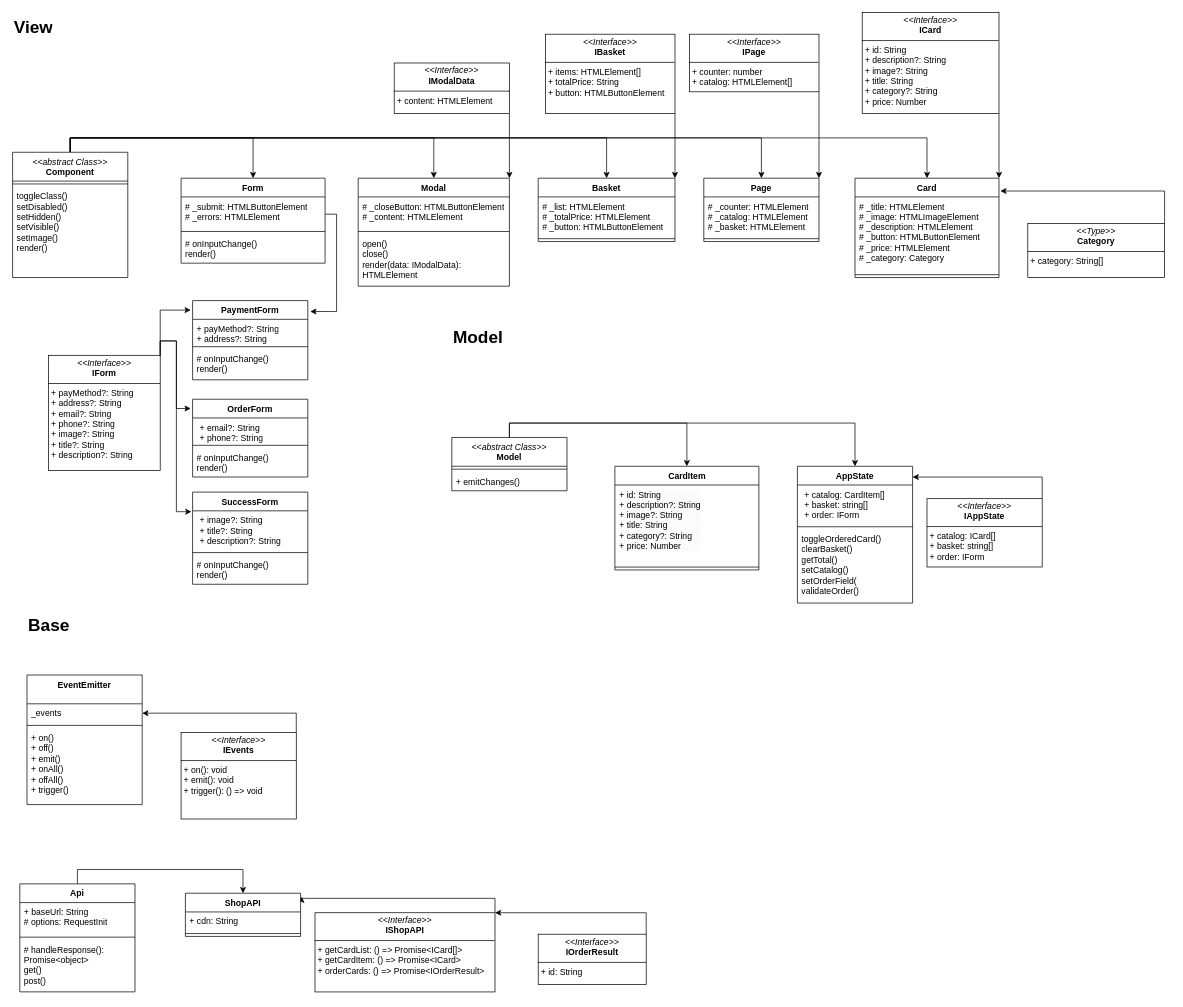
The draw.io diagram uml-web-larek.drawio in krepyshev/web-larek-frontend, before the edit. Source tidied: cells renumbered, new cells numbered last; positions are measured from the earlier drawing's top-left corner, leaving out a move shared by most shapes. Both pictures are drawn from the tidied source at 72%, with x=0, y=0 at pixel (12, 12).
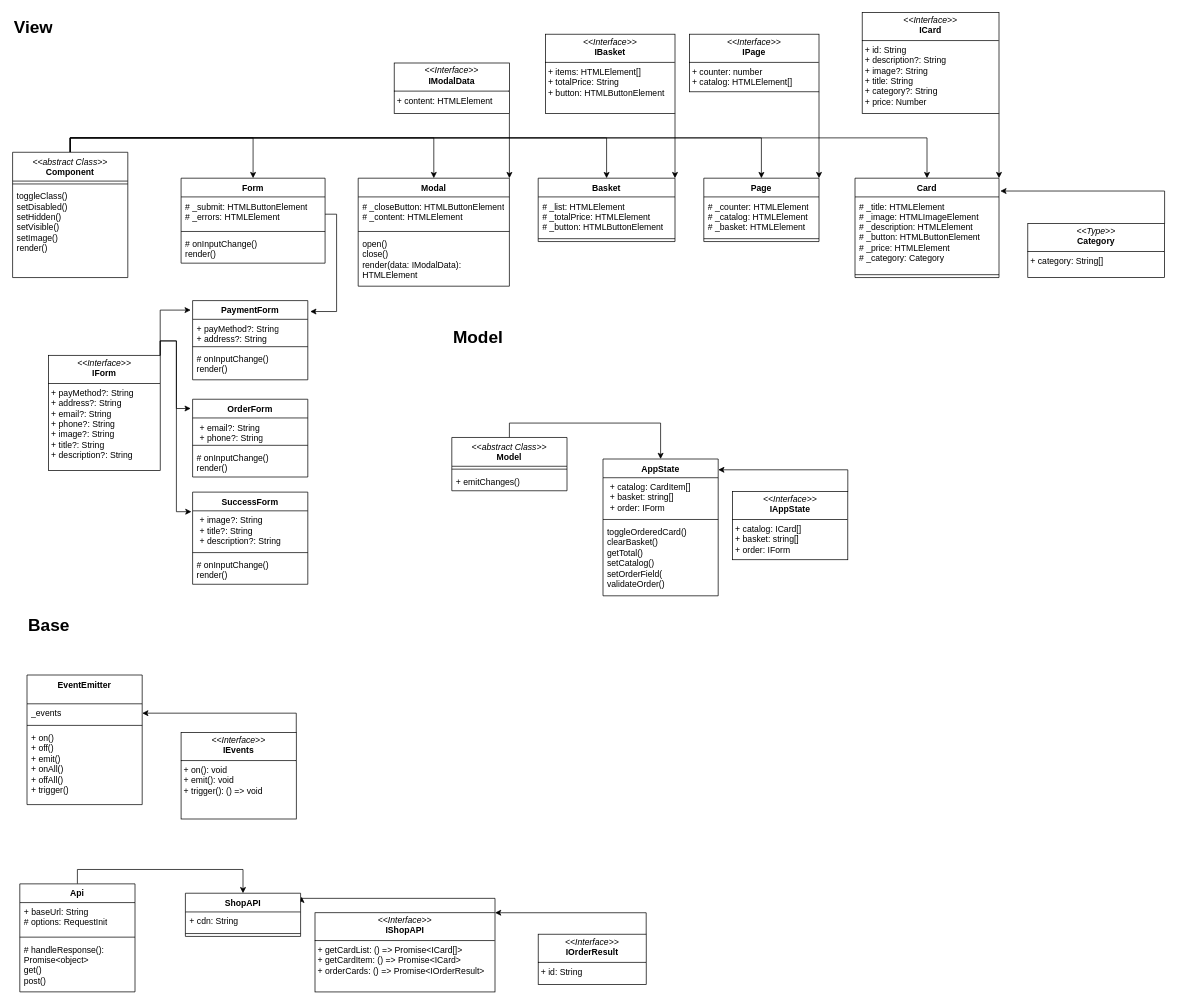
Above is the later version.

Unchanged cells that the change refers to:
```xml
<mxCell id="25" value="&lt;div&gt;&lt;i style=&quot;font-weight: 400;&quot;&gt;&amp;lt;&amp;lt;abstract Class&amp;gt;&amp;gt;&lt;/i&gt;&lt;br&gt;&lt;/div&gt;Model" style="swimlane;fontStyle=1;align=center;verticalAlign=top;horizontal=1;startSize=40;whiteSpace=wrap;html=1;" parent="1" vertex="1">
  <mxGeometry x="610" y="590.1" width="160" height="74" as="geometry" />
</mxCell>
```

Diff of the diagram source:
```diff
@@
-    <mxCell id="23" style="edgeStyle=orthogonalEdgeStyle;rounded=0;jettySize=auto;html=1;exitX=0.5;exitY=0;exitDx=0;exitDy=0;entryX=0.5;entryY=0;entryDx=0;entryDy=0;" parent="1" edge="1" source="25" target="56">
-      <mxGeometry relative="1" as="geometry" />
-    </mxCell>
@@
     <mxCell id="28" value="AppState" style="swimlane;fontStyle=1;align=center;verticalAlign=top;horizontal=1;startSize=26;whiteSpace=wrap;html=1;" parent="1" vertex="1">
-      <mxGeometry x="1090" y="630.1" width="160" height="190" as="geometry" />
+      <mxGeometry x="820" y="620" width="160" height="190" as="geometry" />
     </mxCell>
@@
-    <mxCell id="56" value="CardItem" style="swimlane;fontStyle=1;align=center;verticalAlign=top;horizontal=1;startSize=26;whiteSpace=wrap;html=1;" parent="1" vertex="1">
-      <mxGeometry x="836.5" y="630.1" width="200" height="144" as="geometry" />
-    </mxCell>
-    <mxCell id="57" value="&lt;p style=&quot;color: rgb(0, 0, 0); font-family: Helvetica; font-size: 12px; font-style: normal; font-variant-ligatures: normal; font-variant-caps: normal; font-weight: 400; letter-spacing: normal; orphans: 2; text-align: left; text-indent: 0px; text-transform: none; widows: 2; word-spacing: 0px; -webkit-text-stroke-width: 0px; white-space: normal; background-color: rgb(251, 251, 251); text-decoration-thickness: initial; text-decoration-style: initial; text-decoration-color: initial; margin: 0px 0px 0px 4px;&quot;&gt;+ id: String&lt;br&gt;+ description?: String&lt;/p&gt;&lt;p style=&quot;color: rgb(0, 0, 0); font-family: Helvetica; font-size: 12px; font-style: normal; font-variant-ligatures: normal; font-variant-caps: normal; font-weight: 400; letter-spacing: normal; orphans: 2; text-align: left; text-indent: 0px; text-transform: none; widows: 2; word-spacing: 0px; -webkit-text-stroke-width: 0px; white-space: normal; background-color: rgb(251, 251, 251); text-decoration-thickness: initial; text-decoration-style: initial; text-decoration-color: initial; margin: 0px 0px 0px 4px;&quot;&gt;+ image?: String&lt;/p&gt;&lt;p style=&quot;color: rgb(0, 0, 0); font-family: Helvetica; font-size: 12px; font-style: normal; font-variant-ligatures: normal; font-variant-caps: normal; font-weight: 400; letter-spacing: normal; orphans: 2; text-align: left; text-indent: 0px; text-transform: none; widows: 2; word-spacing: 0px; -webkit-text-stroke-width: 0px; white-space: normal; background-color: rgb(251, 251, 251); text-decoration-thickness: initial; text-decoration-style: initial; text-decoration-color: initial; margin: 0px 0px 0px 4px;&quot;&gt;+ title: String&lt;/p&gt;&lt;p style=&quot;color: rgb(0, 0, 0); font-family: Helvetica; font-size: 12px; font-style: normal; font-variant-ligatures: normal; font-variant-caps: normal; font-weight: 400; letter-spacing: normal; orphans: 2; text-align: left; text-indent: 0px; text-transform: none; widows: 2; word-spacing: 0px; -webkit-text-stroke-width: 0px; white-space: normal; background-color: rgb(251, 251, 251); text-decoration-thickness: initial; text-decoration-style: initial; text-decoration-color: initial; margin: 0px 0px 0px 4px;&quot;&gt;+ category?: String&lt;/p&gt;&lt;p style=&quot;color: rgb(0, 0, 0); font-family: Helvetica; font-size: 12px; font-style: normal; font-variant-ligatures: normal; font-variant-caps: normal; font-weight: 400; letter-spacing: normal; orphans: 2; text-align: left; text-indent: 0px; text-transform: none; widows: 2; word-spacing: 0px; -webkit-text-stroke-width: 0px; white-space: normal; background-color: rgb(251, 251, 251); text-decoration-thickness: initial; text-decoration-style: initial; text-decoration-color: initial; margin: 0px 0px 0px 4px;&quot;&gt;+ price: Number&lt;/p&gt;" style="text;whiteSpace=wrap;html=1;" parent="56" vertex="1">
-      <mxGeometry y="26" width="200" height="110" as="geometry" />
-    </mxCell>
-    <mxCell id="58" style="line;strokeWidth=1;fillColor=none;align=left;verticalAlign=middle;spacingTop=-1;spacingLeft=3;spacingRight=3;labelPosition=right;strokeColor=inherit;" parent="56" vertex="1">
-      <mxGeometry y="136" width="200" height="8" as="geometry" />
-    </mxCell>
@@
     <mxCell id="69" style="edgeStyle=orthogonalEdgeStyle;rounded=0;jettySize=auto;html=1;exitX=1;exitY=0;exitDx=0;exitDy=0;" parent="1" edge="1" source="70">
       <mxGeometry relative="1" as="geometry">
-        <mxPoint x="1250" y="645.1" as="targetPoint" />
+        <mxPoint x="980" y="635" as="targetPoint" />
         <Array as="points">
-          <mxPoint x="1430" y="645.1" />
-          <mxPoint x="1250" y="645.1" />
+          <mxPoint x="1160" y="635" />
+          <mxPoint x="980" y="635" />
         </Array>
       </mxGeometry>
     </mxCell>
     <mxCell id="70" value="&lt;p style=&quot;margin:0px;margin-top:4px;text-align:center;&quot;&gt;&lt;i&gt;&amp;lt;&amp;lt;Interface&amp;gt;&amp;gt;&lt;/i&gt;&lt;br&gt;&lt;b&gt;IAppState&lt;/b&gt;&lt;/p&gt;&lt;hr size=&quot;1&quot; style=&quot;border-style:solid;&quot;&gt;&lt;p style=&quot;margin:0px;margin-left:4px;&quot;&gt;+ catalog: ICard[]&lt;/p&gt;&lt;p style=&quot;margin:0px;margin-left:4px;&quot;&gt;+ basket: string[]&lt;/p&gt;&lt;p style=&quot;margin:0px;margin-left:4px;&quot;&gt;+ order: IForm&lt;/p&gt;&lt;p style=&quot;margin:0px;margin-left:4px;&quot;&gt;&lt;br&gt;&lt;/p&gt;&lt;p style=&quot;margin:0px;margin-left:4px;&quot;&gt;&lt;br&gt;&lt;/p&gt;" style="verticalAlign=top;align=left;overflow=fill;html=1;whiteSpace=wrap;" parent="1" vertex="1">
-      <mxGeometry x="1270" y="675.1" width="160" height="94.9" as="geometry" />
+      <mxGeometry x="1000" y="665" width="160" height="94.9" as="geometry" />
     </mxCell>
```
